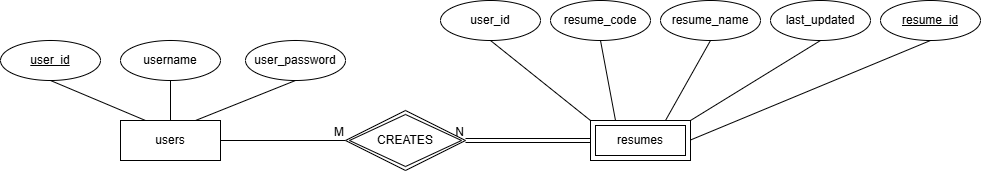
Before: Planning/Database Designs/Database ER Diagram.png, a diagram exported from draw.io (106abd/Automated-Resume-Builder). Source tidied: cells renumbered, new cells last; positions are measured from the earlier drawing's top-left corner, leaving out a move shared by most shapes.
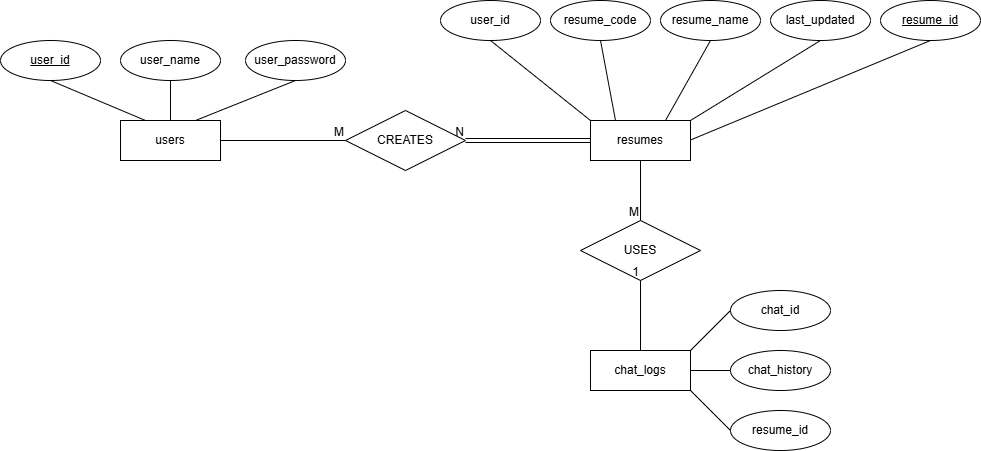
Later version of the same file.

Commit message:
Updated Database Design

The edit, as a diff of the source:
```diff
@@ -17,61 +17,110 @@
     <mxCell id="6" style="endArrow=none;html=1;rounded=0;entryX=0.5;entryY=1;entryDx=0;entryDy=0;exitX=0.75;exitY=0;exitDx=0;exitDy=0;" parent="1" edge="1" source="2" target="4">
       <mxGeometry relative="1" as="geometry" />
     </mxCell>
-    <mxCell id="7" style="endArrow=none;html=1;rounded=0;exitX=1;exitY=0.5;exitDx=0;exitDy=0;entryX=0;entryY=0.5;entryDx=0;entryDy=0;" parent="1" edge="1" source="2" target="18">
-      <mxGeometry relative="1" as="geometry" />
-    </mxCell>
-    <mxCell id="8" value="M" style="html=1;whiteSpace=wrap;align=right;verticalAlign=bottom;" parent="7" vertex="1">
-      <mxGeometry x="1" relative="1" as="geometry" />
-    </mxCell>
-    <mxCell id="9" style="endArrow=none;html=1;rounded=0;entryX=0.5;entryY=1;entryDx=0;entryDy=0;exitX=0;exitY=0;exitDx=0;exitDy=0;" parent="1" edge="1" source="17" target="10">
-      <mxGeometry relative="1" as="geometry" />
-    </mxCell>
+    <mxCell id="25" style="endArrow=none;html=1;rounded=0;exitX=1;exitY=0.5;exitDx=0;exitDy=0;entryX=0;entryY=0.5;entryDx=0;entryDy=0;" parent="1" edge="1" source="2">
+      <mxGeometry relative="1" as="geometry">
+        <mxPoint x="345" y="140" as="targetPoint" />
+      </mxGeometry>
+    </mxCell>
+    <mxCell id="26" value="M" style="html=1;whiteSpace=wrap;align=right;verticalAlign=bottom;" parent="25" vertex="1">
+      <mxGeometry x="1" relative="1" as="geometry" />
+    </mxCell>
+    <mxCell id="27" style="endArrow=none;html=1;rounded=0;entryX=0.5;entryY=1;entryDx=0;entryDy=0;exitX=0;exitY=0;exitDx=0;exitDy=0;" parent="1" edge="1" target="10">
+      <mxGeometry relative="1" as="geometry">
+        <mxPoint x="590" y="120" as="sourcePoint" />
+      </mxGeometry>
+    </mxCell>
     <mxCell id="10" value="user_id" style="ellipse;whiteSpace=wrap;html=1;align=center;" parent="1" vertex="1">
       <mxGeometry x="440" width="100" height="40" as="geometry" />
     </mxCell>
     <mxCell id="11" value="resume_code" style="ellipse;whiteSpace=wrap;html=1;align=center;" parent="1" vertex="1">
       <mxGeometry x="550" width="100" height="40" as="geometry" />
     </mxCell>
-    <mxCell id="12" style="endArrow=none;html=1;rounded=0;entryX=0.5;entryY=1;entryDx=0;entryDy=0;exitX=0.25;exitY=0;exitDx=0;exitDy=0;" parent="1" edge="1" source="17" target="11">
-      <mxGeometry relative="1" as="geometry" />
-    </mxCell>
+    <mxCell id="28" style="endArrow=none;html=1;rounded=0;entryX=0.5;entryY=1;entryDx=0;entryDy=0;exitX=0.25;exitY=0;exitDx=0;exitDy=0;" parent="1" edge="1" target="11">
+      <mxGeometry relative="1" as="geometry">
+        <mxPoint x="615" y="120" as="sourcePoint" />
+      </mxGeometry>
+    </mxCell>
     <mxCell id="13" value="resume_name" style="ellipse;whiteSpace=wrap;html=1;align=center;" parent="1" vertex="1">
       <mxGeometry x="660" width="100" height="40" as="geometry" />
     </mxCell>
-    <mxCell id="14" style="endArrow=none;html=1;rounded=0;entryX=0.5;entryY=1;entryDx=0;entryDy=0;exitX=0.75;exitY=0;exitDx=0;exitDy=0;" parent="1" edge="1" source="17" target="13">
-      <mxGeometry relative="1" as="geometry" />
-    </mxCell>
+    <mxCell id="29" style="endArrow=none;html=1;rounded=0;entryX=0.5;entryY=1;entryDx=0;entryDy=0;exitX=0.75;exitY=0;exitDx=0;exitDy=0;" parent="1" edge="1" target="13">
+      <mxGeometry relative="1" as="geometry">
+        <mxPoint x="665" y="120" as="sourcePoint" />
+      </mxGeometry>
+    </mxCell>
     <mxCell id="15" value="last_updated" style="ellipse;whiteSpace=wrap;html=1;align=center;" parent="1" vertex="1">
       <mxGeometry x="770" width="100" height="40" as="geometry" />
     </mxCell>
-    <mxCell id="16" style="endArrow=none;html=1;rounded=0;entryX=0.5;entryY=1;entryDx=0;entryDy=0;exitX=1;exitY=0;exitDx=0;exitDy=0;" parent="1" edge="1" source="17" target="15">
-      <mxGeometry relative="1" as="geometry" />
-    </mxCell>
+    <mxCell id="30" style="endArrow=none;html=1;rounded=0;entryX=0.5;entryY=1;entryDx=0;entryDy=0;exitX=1;exitY=0;exitDx=0;exitDy=0;" parent="1" edge="1" target="15">
+      <mxGeometry relative="1" as="geometry">
+        <mxPoint x="690" y="120" as="sourcePoint" />
+      </mxGeometry>
+    </mxCell>
+    <mxCell id="31" style="shape=link;html=1;rounded=0;entryX=1;entryY=0.5;entryDx=0;entryDy=0;exitX=0;exitY=0.5;exitDx=0;exitDy=0;" parent="1" edge="1">
+      <mxGeometry relative="1" as="geometry">
+        <mxPoint x="590" y="140" as="sourcePoint" />
+        <mxPoint x="465" y="140" as="targetPoint" />
+      </mxGeometry>
+    </mxCell>
+    <mxCell id="20" value="N" style="html=1;whiteSpace=wrap;align=right;verticalAlign=bottom;" parent="31" vertex="1">
+      <mxGeometry x="1" relative="1" as="geometry" />
+    </mxCell>
+    <mxCell id="21" value="resume_id" style="ellipse;whiteSpace=wrap;html=1;align=center;fontStyle=4;" parent="1" vertex="1">
+      <mxGeometry x="880" width="100" height="40" as="geometry" />
+    </mxCell>
+    <mxCell id="32" style="endArrow=none;html=1;rounded=0;entryX=0.5;entryY=1;entryDx=0;entryDy=0;" parent="1" edge="1" target="21">
+      <mxGeometry relative="1" as="geometry">
+        <mxPoint x="690" y="139.5" as="sourcePoint" />
+      </mxGeometry>
+    </mxCell>
+    <mxCell id="33" value="user_name" style="ellipse;whiteSpace=wrap;html=1;align=center;" parent="1" vertex="1">
+      <mxGeometry x="120" y="40" width="100" height="40" as="geometry" />
+    </mxCell>
+    <mxCell id="34" style="endArrow=none;html=1;rounded=0;entryX=0.5;entryY=0;entryDx=0;entryDy=0;exitX=0.5;exitY=1;exitDx=0;exitDy=0;" parent="1" edge="1" source="33" target="2">
+      <mxGeometry relative="1" as="geometry" />
+    </mxCell>
-    <mxCell id="17" value="resumes" style="shape=ext;margin=3;double=1;whiteSpace=wrap;html=1;align=center;" parent="1" vertex="1">
+    <mxCell id="17" value="resumes" style="whiteSpace=wrap;html=1;align=center;" parent="1" vertex="1">
       <mxGeometry x="590" y="120" width="100" height="40" as="geometry" />
     </mxCell>
-    <mxCell id="18" value="CREATES" style="shape=rhombus;double=1;perimeter=rhombusPerimeter;whiteSpace=wrap;html=1;align=center;" parent="1" vertex="1">
+    <mxCell id="18" value="CREATES" style="shape=rhombus;perimeter=rhombusPerimeter;whiteSpace=wrap;html=1;align=center;" parent="1" vertex="1">
       <mxGeometry x="345" y="110" width="120" height="60" as="geometry" />
     </mxCell>
-    <mxCell id="19" style="shape=link;html=1;rounded=0;entryX=1;entryY=0.5;entryDx=0;entryDy=0;exitX=0;exitY=0.5;exitDx=0;exitDy=0;" parent="1" edge="1" source="17" target="18">
-      <mxGeometry relative="1" as="geometry" />
-    </mxCell>
-    <mxCell id="20" value="N" style="html=1;whiteSpace=wrap;align=right;verticalAlign=bottom;" parent="19" vertex="1">
-      <mxGeometry x="1" relative="1" as="geometry" />
-    </mxCell>
-    <mxCell id="21" value="resume_id" style="ellipse;whiteSpace=wrap;html=1;align=center;fontStyle=4;" parent="1" vertex="1">
-      <mxGeometry x="880" width="100" height="40" as="geometry" />
-    </mxCell>
-    <mxCell id="22" style="endArrow=none;html=1;rounded=0;entryX=0.5;entryY=1;entryDx=0;entryDy=0;" parent="1" edge="1" target="21">
-      <mxGeometry relative="1" as="geometry">
-        <mxPoint x="690" y="139.5" as="sourcePoint" />
-      </mxGeometry>
-    </mxCell>
-    <mxCell id="23" value="username" style="ellipse;whiteSpace=wrap;html=1;align=center;" parent="1" vertex="1">
-      <mxGeometry x="120" y="40" width="100" height="40" as="geometry" />
-    </mxCell>
-    <mxCell id="24" style="endArrow=none;html=1;rounded=0;entryX=0.5;entryY=0;entryDx=0;entryDy=0;exitX=0.5;exitY=1;exitDx=0;exitDy=0;" parent="1" edge="1" source="23" target="2">
-      <mxGeometry relative="1" as="geometry" />
-    </mxCell>
+    <mxCell id="35" value="USES" style="shape=rhombus;perimeter=rhombusPerimeter;whiteSpace=wrap;html=1;align=center;" parent="1" vertex="1">
+      <mxGeometry x="580" y="220" width="120" height="60" as="geometry" />
+    </mxCell>
+    <mxCell id="36" style="endArrow=none;html=1;rounded=0;exitX=0.5;exitY=1;exitDx=0;exitDy=0;entryX=0.5;entryY=0;entryDx=0;entryDy=0;" parent="1" edge="1" source="17" target="35">
+      <mxGeometry relative="1" as="geometry" />
+    </mxCell>
+    <mxCell id="37" value="M" style="html=1;whiteSpace=wrap;align=right;verticalAlign=bottom;" parent="36" vertex="1">
+      <mxGeometry x="1" relative="1" as="geometry" />
+    </mxCell>
+    <mxCell id="38" value="chat_logs" style="whiteSpace=wrap;html=1;align=center;" parent="1" vertex="1">
+      <mxGeometry x="590" y="350" width="100" height="40" as="geometry" />
+    </mxCell>
+    <mxCell id="39" style="endArrow=none;html=1;rounded=0;entryX=0.5;entryY=1;entryDx=0;entryDy=0;exitX=0.5;exitY=0;exitDx=0;exitDy=0;" parent="1" edge="1" source="38" target="35">
+      <mxGeometry relative="1" as="geometry" />
+    </mxCell>
+    <mxCell id="40" value="1" style="html=1;whiteSpace=wrap;align=right;verticalAlign=bottom;" parent="39" vertex="1">
+      <mxGeometry x="1" relative="1" as="geometry" />
+    </mxCell>
+    <mxCell id="41" value="chat_id" style="ellipse;whiteSpace=wrap;html=1;align=center;" parent="1" vertex="1">
+      <mxGeometry x="730" y="290" width="100" height="40" as="geometry" />
+    </mxCell>
+    <mxCell id="42" style="endArrow=none;html=1;rounded=0;entryX=0;entryY=0.5;entryDx=0;entryDy=0;exitX=1;exitY=0;exitDx=0;exitDy=0;" parent="1" edge="1" source="38" target="41">
+      <mxGeometry relative="1" as="geometry" />
+    </mxCell>
+    <mxCell id="43" value="chat_history" style="ellipse;whiteSpace=wrap;html=1;align=center;" parent="1" vertex="1">
+      <mxGeometry x="730" y="350" width="100" height="40" as="geometry" />
+    </mxCell>
+    <mxCell id="44" style="endArrow=none;html=1;rounded=0;entryX=0;entryY=0.5;entryDx=0;entryDy=0;exitX=1;exitY=0.5;exitDx=0;exitDy=0;" parent="1" edge="1" source="38" target="43">
+      <mxGeometry relative="1" as="geometry" />
+    </mxCell>
+    <mxCell id="45" value="resume_id" style="ellipse;whiteSpace=wrap;html=1;align=center;" parent="1" vertex="1">
+      <mxGeometry x="730" y="410" width="100" height="40" as="geometry" />
+    </mxCell>
+    <mxCell id="46" style="endArrow=none;html=1;rounded=0;entryX=0;entryY=0.5;entryDx=0;entryDy=0;exitX=1;exitY=1;exitDx=0;exitDy=0;" parent="1" edge="1" source="38" target="45">
+      <mxGeometry relative="1" as="geometry" />
+    </mxCell>
   </root>
 </mxGraphModel>
```
